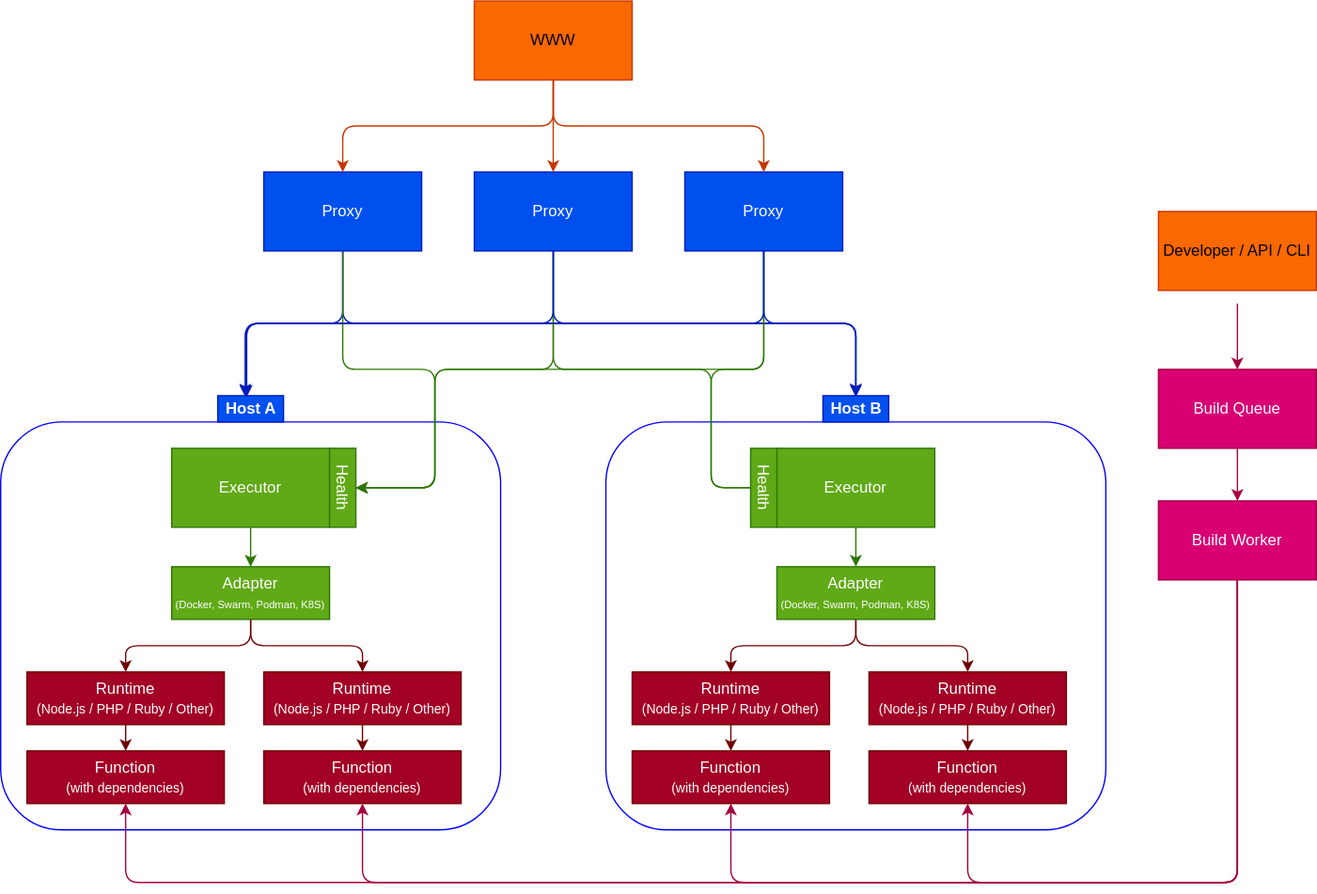
Above: architecture.v3.drawio.svg in open-runtimes/open-runtimes (draw.io), before the change. Source tidied: cells renumbered, new cells last; positions are measured from the earlier drawing's top-left corner, leaving out a move shared by most shapes.
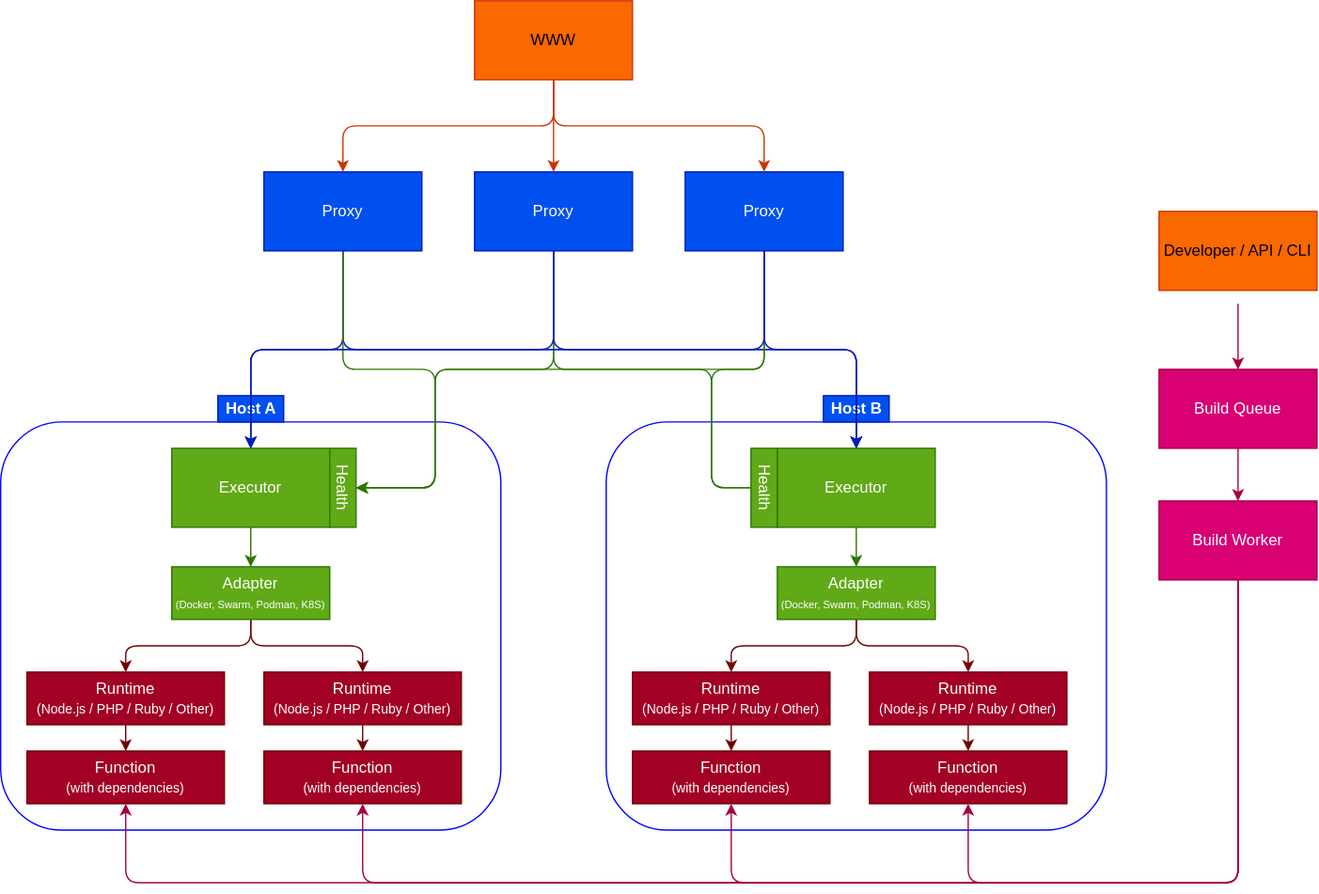
After the change.

Diff of the diagram source:
```diff
@@ -68,13 +68,13 @@
     <mxCell id="23" value="Runtime&lt;br&gt;&lt;font style=&quot;font-size: 10px&quot;&gt;(Node.js / PHP / Ruby / Other)&lt;/font&gt;" style="rounded=0;whiteSpace=wrap;html=1;fillColor=#a20025;fontColor=#ffffff;strokeColor=#6F0000;" parent="1" vertex="1">
       <mxGeometry x="660" y="510" width="150" height="40" as="geometry" />
     </mxCell>
-    <mxCell id="24" style="edgeStyle=orthogonalEdgeStyle;rounded=1;html=1;exitX=0.5;exitY=1;exitDx=0;exitDy=0;entryX=0.42;entryY=0;entryDx=0;entryDy=0;entryPerimeter=0;fontSize=10;fillColor=#0050ef;strokeColor=#001DBC;" parent="1" edge="1" source="27" target="8">
-      <mxGeometry relative="1" as="geometry" />
+    <mxCell id="24" style="edgeStyle=orthogonalEdgeStyle;rounded=1;html=1;exitX=0.5;exitY=1;exitDx=0;exitDy=0;fontSize=10;fillColor=#0050ef;strokeColor=#001DBC;" parent="1" edge="1" source="27">
+      <mxGeometry relative="1" as="geometry">
+        <mxPoint x="190" y="340" as="targetPoint" />
+      </mxGeometry>
     </mxCell>
-    <mxCell id="25" style="edgeStyle=orthogonalEdgeStyle;rounded=1;html=1;exitX=0.5;exitY=1;exitDx=0;exitDy=0;fontSize=10;fillColor=#0050ef;strokeColor=#001DBC;" parent="1" edge="1" source="27">
-      <mxGeometry relative="1" as="geometry">
-        <mxPoint x="650" y="300" as="targetPoint" />
-      </mxGeometry>
+    <mxCell id="25" style="edgeStyle=orthogonalEdgeStyle;rounded=1;html=1;exitX=0.5;exitY=1;exitDx=0;exitDy=0;fontSize=10;fillColor=#0050ef;strokeColor=#001DBC;entryX=0.5;entryY=0;entryDx=0;entryDy=0;" parent="1" edge="1" source="27" target="15">
+      <mxGeometry relative="1" as="geometry" />
     </mxCell>
     <mxCell id="26" style="edgeStyle=orthogonalEdgeStyle;html=1;exitX=0.5;exitY=1;exitDx=0;exitDy=0;entryX=0.5;entryY=0;entryDx=0;entryDy=0;fontSize=12;elbow=vertical;fillColor=#60a917;strokeColor=#2D7600;" parent="1" edge="1" source="27" target="50">
       <mxGeometry relative="1" as="geometry">
@@ -162,11 +162,13 @@
     <mxCell id="41" value="Proxy" style="rounded=0;whiteSpace=wrap;html=1;fillColor=#0050ef;fontColor=#ffffff;strokeColor=#001DBC;" parent="1" vertex="1">
       <mxGeometry x="360" y="130" width="120" height="60" as="geometry" />
     </mxCell>
-    <mxCell id="42" style="edgeStyle=orthogonalEdgeStyle;rounded=1;html=1;exitX=0.5;exitY=1;exitDx=0;exitDy=0;fontSize=10;fillColor=#0050ef;strokeColor=#001DBC;entryX=0.5;entryY=0;entryDx=0;entryDy=0;entryPerimeter=0;" parent="1" edge="1" source="41" target="19">
+    <mxCell id="42" style="edgeStyle=orthogonalEdgeStyle;rounded=1;html=1;exitX=0.5;exitY=1;exitDx=0;exitDy=0;fontSize=10;fillColor=#0050ef;strokeColor=#001DBC;entryX=0.5;entryY=0;entryDx=0;entryDy=0;" parent="1" edge="1" source="41" target="15">
       <mxGeometry relative="1" as="geometry" />
     </mxCell>
-    <mxCell id="43" style="edgeStyle=orthogonalEdgeStyle;rounded=1;html=1;exitX=0.5;exitY=1;exitDx=0;exitDy=0;fontSize=10;fillColor=#0050ef;strokeColor=#001DBC;entryX=0.44;entryY=0.05;entryDx=0;entryDy=0;entryPerimeter=0;" parent="1" edge="1" source="41" target="8">
-      <mxGeometry relative="1" as="geometry" />
+    <mxCell id="43" style="edgeStyle=orthogonalEdgeStyle;rounded=1;html=1;exitX=0.5;exitY=1;exitDx=0;exitDy=0;fontSize=10;fillColor=#0050ef;strokeColor=#001DBC;" parent="1" edge="1" source="41">
+      <mxGeometry relative="1" as="geometry">
+        <mxPoint x="190" y="340" as="targetPoint" />
+      </mxGeometry>
     </mxCell>
     <mxCell id="44" style="edgeStyle=orthogonalEdgeStyle;html=1;exitX=0.5;exitY=1;exitDx=0;exitDy=0;entryX=0.5;entryY=0;entryDx=0;entryDy=0;fontSize=12;elbow=vertical;fillColor=#60a917;strokeColor=#2D7600;" parent="1" edge="1" source="46" target="49">
       <mxGeometry relative="1" as="geometry">
@@ -189,10 +191,10 @@
     <mxCell id="46" value="Proxy" style="rounded=0;whiteSpace=wrap;html=1;fillColor=#0050ef;fontColor=#ffffff;strokeColor=#001DBC;" parent="1" vertex="1">
       <mxGeometry x="520" y="130" width="120" height="60" as="geometry" />
     </mxCell>
-    <mxCell id="47" style="edgeStyle=orthogonalEdgeStyle;rounded=1;html=1;exitX=0.5;exitY=1;exitDx=0;exitDy=0;fontSize=10;fillColor=#0050ef;strokeColor=#001DBC;entryX=0.5;entryY=0.05;entryDx=0;entryDy=0;entryPerimeter=0;" parent="1" edge="1" source="46" target="19">
+    <mxCell id="47" style="edgeStyle=orthogonalEdgeStyle;rounded=1;html=1;exitX=0.5;exitY=1;exitDx=0;exitDy=0;fontSize=10;fillColor=#0050ef;strokeColor=#001DBC;entryX=0.5;entryY=0;entryDx=0;entryDy=0;" parent="1" edge="1" source="46" target="15">
       <mxGeometry relative="1" as="geometry" />
     </mxCell>
-    <mxCell id="48" style="edgeStyle=orthogonalEdgeStyle;rounded=1;html=1;exitX=0.5;exitY=1;exitDx=0;exitDy=0;fontSize=10;fillColor=#0050ef;strokeColor=#001DBC;entryX=0.42;entryY=0.05;entryDx=0;entryDy=0;entryPerimeter=0;" parent="1" edge="1" source="46" target="8">
+    <mxCell id="48" style="edgeStyle=orthogonalEdgeStyle;rounded=1;html=1;exitX=0.5;exitY=1;exitDx=0;exitDy=0;fontSize=10;fillColor=#0050ef;strokeColor=#001DBC;entryX=0.5;entryY=0;entryDx=0;entryDy=0;" parent="1" edge="1" source="46" target="4">
       <mxGeometry relative="1" as="geometry" />
     </mxCell>
     <mxCell id="49" value="Health" style="rounded=0;whiteSpace=wrap;html=1;fillColor=#60a917;fontColor=#ffffff;strokeColor=#2D7600;rotation=90;fontSize=12;" parent="1" vertex="1">
```
